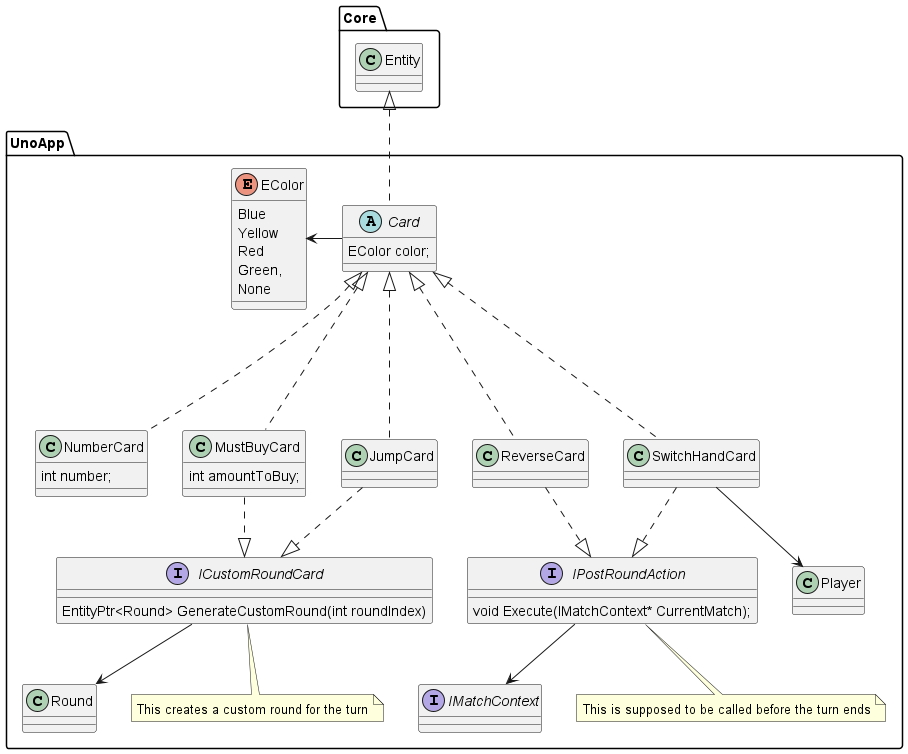
This is Documentation/CardsUMLImage.png from rodrigoaadias/UnoGameProjectCpp, a PlantUML export, as it was before one commit.
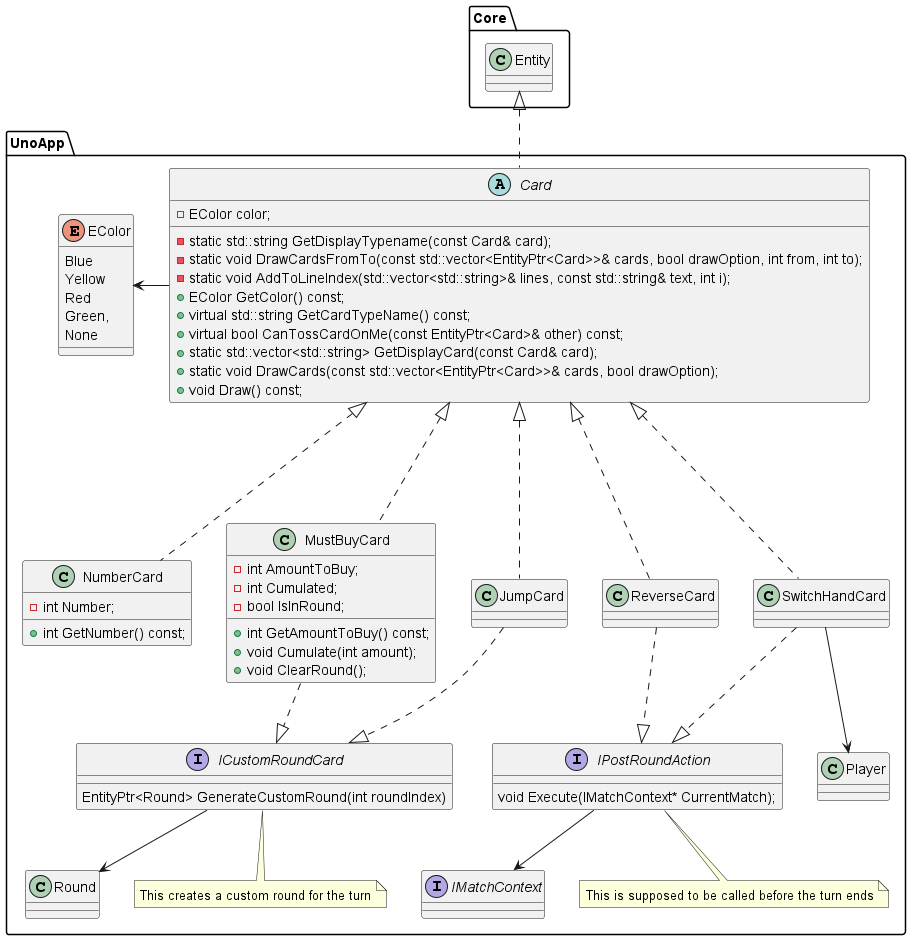
After the change.

Commit message:
final update on classes member in UML diagram

The edit, as a diff of the source:
```diff
@@ -15,15 +15,30 @@
     }
 
     abstract class Card{
-        EColor color;
+        -EColor color;
+        -static std::string GetDisplayTypename(const Card& card);
+        -static void DrawCardsFromTo(const std::vector<EntityPtr<Card>>& cards, bool drawOption, int from, int to);
+        -static void AddToLineIndex(std::vector<std::string>& lines, const std::string& text, int i);
+        +EColor GetColor() const;
+        +virtual std::string GetCardTypeName() const;
+        +virtual bool CanTossCardOnMe(const EntityPtr<Card>& other) const;
+        +static std::vector<std::string> GetDisplayCard(const Card& card);
+        +static void DrawCards(const std::vector<EntityPtr<Card>>& cards, bool drawOption);
+        +void Draw() const;
     }
 
     class NumberCard{
-        int number;
+        -int Number;
+        +int GetNumber() const;
     }
 
     class MustBuyCard{
-        int amountToBuy;
+        -int AmountToBuy;
+        -int Cumulated;
+        -bool IsInRound;
+        +int GetAmountToBuy() const;
+        +void Cumulate(int amount);
+        +void ClearRound();
     }
 
     class ReverseCard{
```
